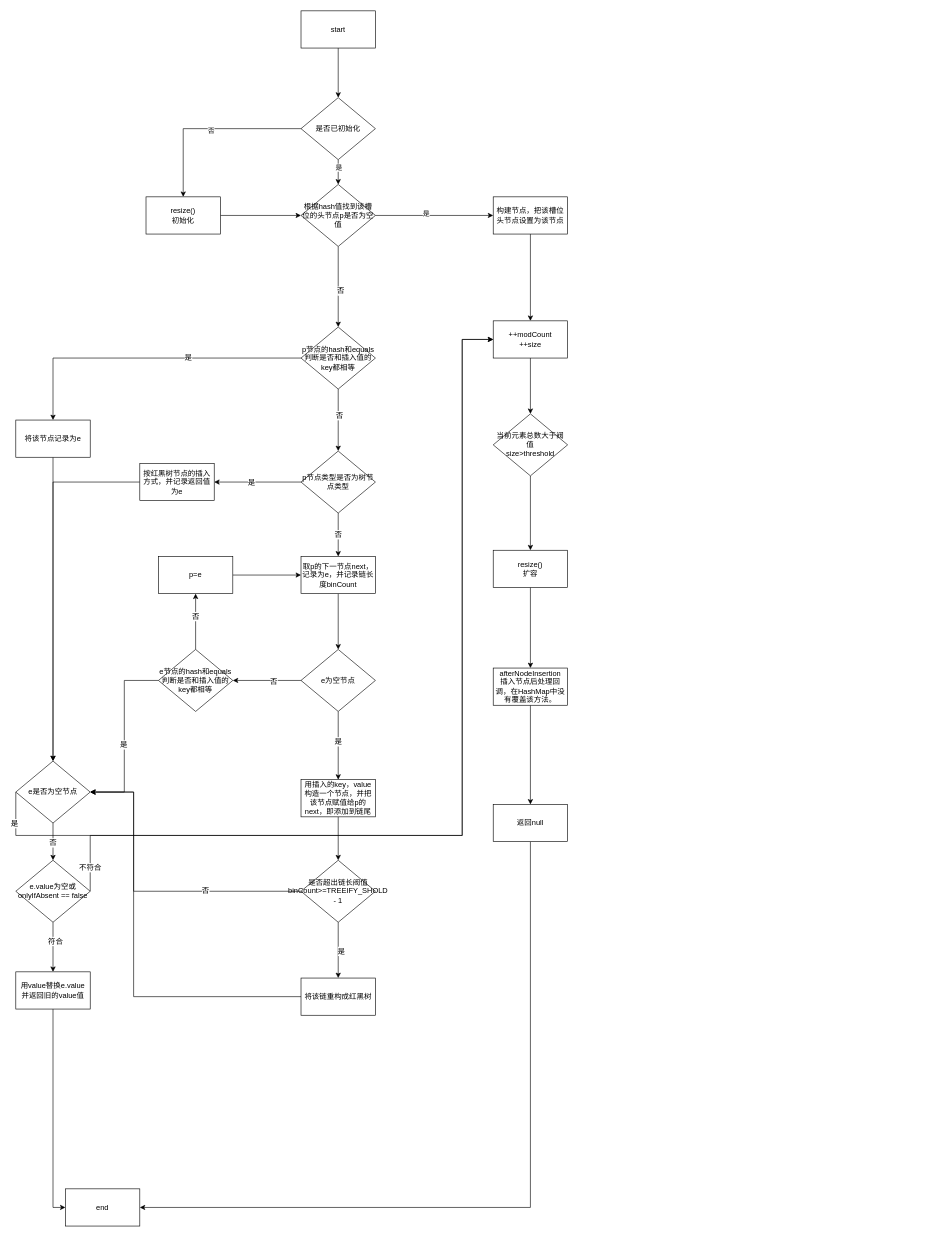
xiaomingcong/learnAlgorithm keeps this draw.io diagram as page "putVal" (2 of 3) of graphics/HashMap.drawio. Above is the earlier version. Source tidied: cells renumbered, new cells numbered last; positions are measured from the earlier drawing's top-left corner, leaving out a move shared by most shapes. Both pictures are drawn from the tidied source at 62%, with x=0, y=0 at pixel (16, 11).
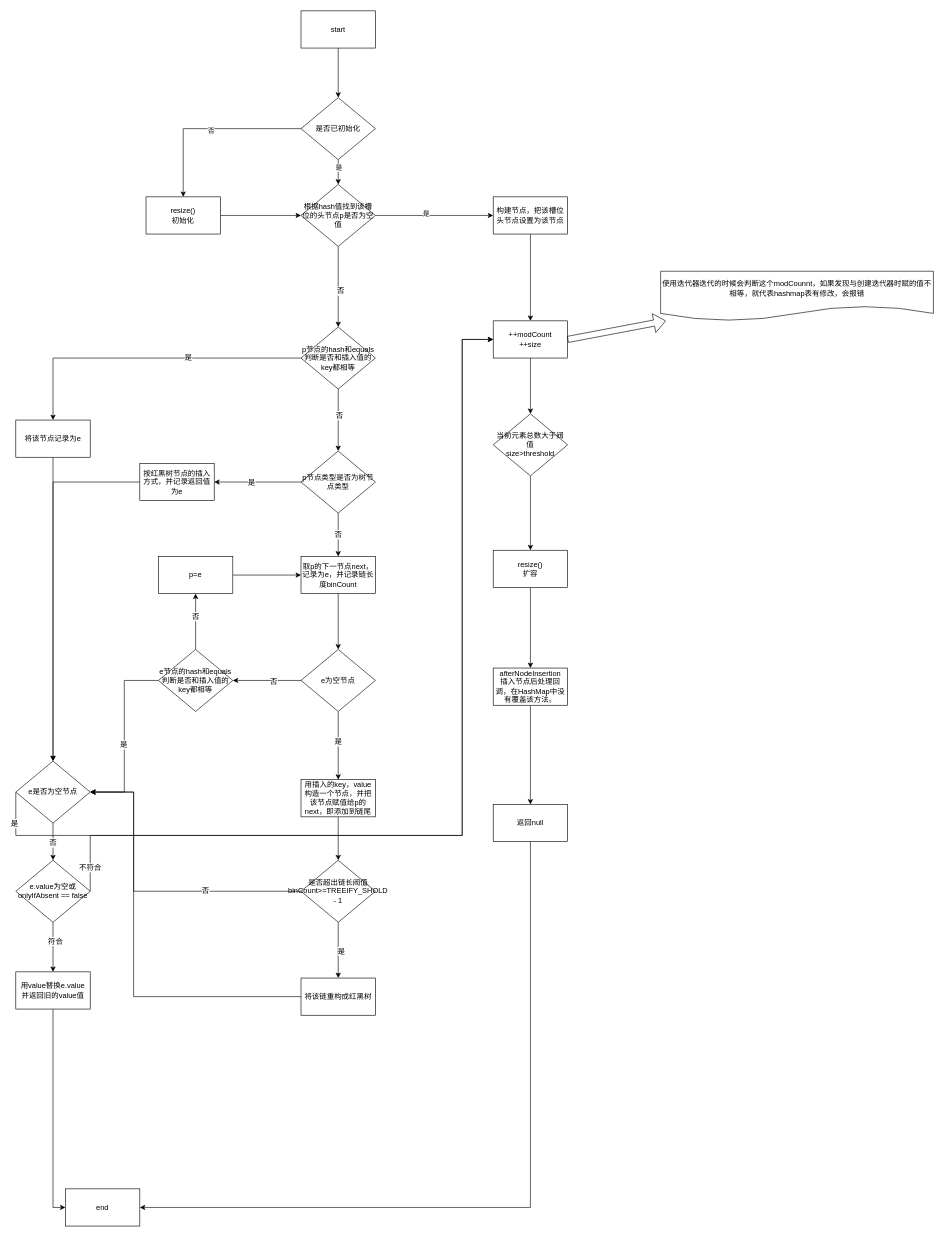
The same diagram, later.

Unchanged cells that the change refers to:
```xml
<mxCell id="19" value="++modCount&lt;br&gt;++size" style="whiteSpace=wrap;html=1;" parent="1" vertex="1">
  <mxGeometry x="770" y="500" width="120" height="60" as="geometry" />
</mxCell>
```

The edit, as a diff of the source:
```diff
@@
+    <mxCell id="77" style="shape=flexArrow;endArrow=classic;html=1;rounded=0;fontFamily=Helvetica;fontSize=12;fontColor=default;exitX=1;exitY=0.5;exitDx=0;exitDy=0;" parent="1" edge="1" source="19" target="78">
+      <mxGeometry relative="1" as="geometry" />
+    </mxCell>
+    <mxCell id="78" value="使用迭代器迭代的时候会判断这个modCounnt，如果发现与创建迭代器时赋的值不相等，就代表hashmap表有修改，会报错" style="shape=document;whiteSpace=wrap;html=1;boundedLbl=1;fontFamily=Helvetica;fontSize=12;fontColor=default;" parent="1" vertex="1">
+      <mxGeometry x="1040" y="420" width="440" height="80" as="geometry" />
+    </mxCell>
```
